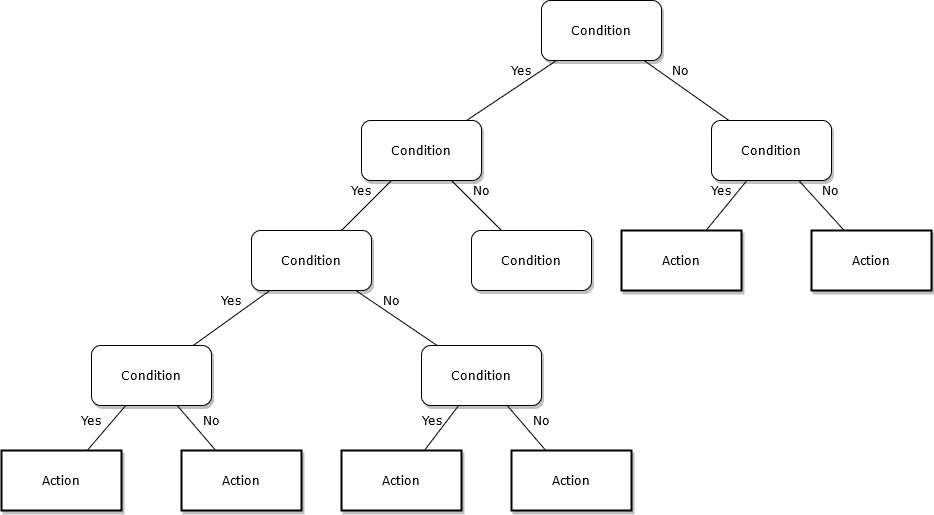
Before: bst assignment.png, a diagram exported from draw.io (CharlieArray/DSA-Binary-Search-Trees). Source tidied: cells renumbered, new cells last; positions are measured from the earlier drawing's top-left corner, leaving out a move shared by most shapes. The source it was exported from:
```xml
<mxGraphModel background="#ffffff">
  <root>
    <mxCell id="0" />
    <mxCell id="1" parent="0" />
    <mxCell id="2" value="Condition" style="whiteSpace=wrap;html=1;rounded=1;shadow=1;labelBackgroundColor=none;strokeWidth=1;fontFamily=Verdana;fontSize=12;align=center;" parent="1" vertex="1">
      <mxGeometry x="540" width="120" height="60" as="geometry" />
    </mxCell>
    <mxCell id="3" value="&lt;span&gt;Condition&lt;/span&gt;" style="whiteSpace=wrap;html=1;rounded=1;shadow=1;labelBackgroundColor=none;strokeWidth=1;fontFamily=Verdana;fontSize=12;align=center;" parent="1" vertex="1">
      <mxGeometry x="360" y="120" width="120" height="60" as="geometry" />
    </mxCell>
    <mxCell id="4" value="&lt;span&gt;Condition&lt;/span&gt;" style="whiteSpace=wrap;html=1;rounded=1;shadow=1;labelBackgroundColor=none;strokeWidth=1;fontFamily=Verdana;fontSize=12;align=center;" parent="1" vertex="1">
      <mxGeometry x="710" y="120" width="120" height="60" as="geometry" />
    </mxCell>
    <mxCell id="5" value="No" style="rounded=0;html=1;labelBackgroundColor=none;startArrow=none;startFill=0;startSize=5;endArrow=none;endFill=0;endSize=5;jettySize=auto;strokeWidth=1;fontFamily=Verdana;fontSize=12;" parent="1" edge="1" source="2" target="4">
      <mxGeometry x="-0.3" y="13" relative="1" as="geometry" />
    </mxCell>
    <mxCell id="6" value="Yes" style="rounded=0;html=1;labelBackgroundColor=none;startArrow=none;startFill=0;startSize=5;endArrow=none;endFill=0;endSize=5;jettySize=auto;strokeWidth=1;fontFamily=Verdana;fontSize=12;" parent="1" edge="1" source="2" target="3">
      <mxGeometry x="-0.36" y="-11" relative="1" as="geometry" />
    </mxCell>
    <mxCell id="7" value="&lt;span&gt;Condition&lt;/span&gt;" style="whiteSpace=wrap;html=1;rounded=1;shadow=1;labelBackgroundColor=none;strokeWidth=1;fontFamily=Verdana;fontSize=12;align=center;" parent="1" vertex="1">
      <mxGeometry x="250" y="230" width="120" height="60" as="geometry" />
    </mxCell>
    <mxCell id="8" value="&lt;span&gt;Condition&lt;/span&gt;" style="whiteSpace=wrap;html=1;rounded=1;shadow=1;labelBackgroundColor=none;strokeWidth=1;fontFamily=Verdana;fontSize=12;align=center;" parent="1" vertex="1">
      <mxGeometry x="470" y="230" width="120" height="60" as="geometry" />
    </mxCell>
    <mxCell id="9" value="&lt;span&gt;Action&lt;/span&gt;" style="whiteSpace=wrap;html=1;rounded=0;shadow=1;labelBackgroundColor=none;strokeWidth=2;fontFamily=Verdana;fontSize=12;align=center;" parent="1" vertex="1">
      <mxGeometry x="620" y="230" width="120" height="60" as="geometry" />
    </mxCell>
    <mxCell id="10" value="&lt;span&gt;Action&lt;/span&gt;" style="whiteSpace=wrap;html=1;rounded=0;shadow=1;labelBackgroundColor=none;strokeWidth=2;fontFamily=Verdana;fontSize=12;align=center;" parent="1" vertex="1">
      <mxGeometry x="810" y="230" width="120" height="60" as="geometry" />
    </mxCell>
    <mxCell id="11" value="&lt;span&gt;Condition&lt;/span&gt;" style="whiteSpace=wrap;html=1;rounded=1;shadow=1;labelBackgroundColor=none;strokeWidth=1;fontFamily=Verdana;fontSize=12;align=center;" parent="1" vertex="1">
      <mxGeometry x="90" y="345" width="120" height="60" as="geometry" />
    </mxCell>
    <mxCell id="12" value="&lt;span&gt;Condition&lt;/span&gt;" style="whiteSpace=wrap;html=1;rounded=1;shadow=1;labelBackgroundColor=none;strokeWidth=1;fontFamily=Verdana;fontSize=12;align=center;" parent="1" vertex="1">
      <mxGeometry x="420" y="345" width="120" height="60" as="geometry" />
    </mxCell>
    <mxCell id="13" value="Yes" style="rounded=0;html=1;labelBackgroundColor=none;startArrow=none;startFill=0;startSize=5;endArrow=none;endFill=0;endSize=5;jettySize=auto;strokeWidth=1;fontFamily=Verdana;fontSize=12;" parent="1" edge="1" source="3" target="7">
      <mxGeometry x="-0.2" y="-14" relative="1" as="geometry" />
    </mxCell>
    <mxCell id="14" value="No" style="rounded=0;html=1;labelBackgroundColor=none;startArrow=none;startFill=0;startSize=5;endArrow=none;endFill=0;endSize=5;jettySize=auto;strokeWidth=1;fontFamily=Verdana;fontSize=12;" parent="1" edge="1" source="3" target="8">
      <mxGeometry x="-0.2" y="14" relative="1" as="geometry" />
    </mxCell>
    <mxCell id="15" value="Yes" style="rounded=0;html=1;labelBackgroundColor=none;startArrow=none;startFill=0;startSize=5;endArrow=none;endFill=0;endSize=5;jettySize=auto;strokeWidth=1;fontFamily=Verdana;fontSize=12;" parent="1" edge="1" source="4" target="9">
      <mxGeometry x="-0.26" y="-13" relative="1" as="geometry" />
    </mxCell>
    <mxCell id="16" value="No" style="rounded=0;html=1;labelBackgroundColor=none;startArrow=none;startFill=0;startSize=5;endArrow=none;endFill=0;endSize=5;jettySize=auto;strokeWidth=1;fontFamily=Verdana;fontSize=12;" parent="1" edge="1" source="4" target="10">
      <mxGeometry x="-0.13" y="17" relative="1" as="geometry" />
    </mxCell>
    <mxCell id="17" value="Yes" style="rounded=0;html=1;labelBackgroundColor=none;startArrow=none;startFill=0;startSize=5;endArrow=none;endFill=0;endSize=5;jettySize=auto;strokeWidth=1;fontFamily=Verdana;fontSize=12;" parent="1" edge="1" source="7" target="11">
      <mxGeometry x="-0.22" y="-14" relative="1" as="geometry" />
    </mxCell>
    <mxCell id="18" value="No" style="rounded=0;html=1;labelBackgroundColor=none;startArrow=none;startFill=0;startSize=5;endArrow=none;endFill=0;endSize=5;jettySize=auto;strokeWidth=1;fontFamily=Verdana;fontSize=12;" parent="1" edge="1" source="7" target="12">
      <mxGeometry x="-0.28" y="12" relative="1" as="geometry" />
    </mxCell>
    <mxCell id="19" value="Action" style="whiteSpace=wrap;html=1;rounded=0;shadow=1;labelBackgroundColor=none;strokeWidth=2;fontFamily=Verdana;fontSize=12;align=center;" parent="1" vertex="1">
      <mxGeometry y="450" width="120" height="60" as="geometry" />
    </mxCell>
    <mxCell id="20" value="&lt;span&gt;Action&lt;/span&gt;" style="whiteSpace=wrap;html=1;rounded=0;shadow=1;labelBackgroundColor=none;strokeWidth=2;fontFamily=Verdana;fontSize=12;align=center;" parent="1" vertex="1">
      <mxGeometry x="180" y="450" width="120" height="60" as="geometry" />
    </mxCell>
    <mxCell id="21" value="&lt;span&gt;Action&lt;/span&gt;" style="whiteSpace=wrap;html=1;rounded=0;shadow=1;labelBackgroundColor=none;strokeWidth=2;fontFamily=Verdana;fontSize=12;align=center;" parent="1" vertex="1">
      <mxGeometry x="340" y="450" width="120" height="60" as="geometry" />
    </mxCell>
    <mxCell id="22" value="&lt;span&gt;Action&lt;/span&gt;" style="whiteSpace=wrap;html=1;rounded=0;shadow=1;labelBackgroundColor=none;strokeWidth=2;fontFamily=Verdana;fontSize=12;align=center;" parent="1" vertex="1">
      <mxGeometry x="510" y="450" width="120" height="60" as="geometry" />
    </mxCell>
    <mxCell id="23" value="Yes" style="rounded=0;html=1;labelBackgroundColor=none;startArrow=none;startFill=0;startSize=5;endArrow=none;endFill=0;endSize=5;jettySize=auto;strokeWidth=1;fontFamily=Verdana;fontSize=12;" parent="1" edge="1" source="11" target="19">
      <mxGeometry x="0.14" y="-16" relative="1" as="geometry" />
    </mxCell>
    <mxCell id="24" value="No" style="rounded=0;html=1;labelBackgroundColor=none;startArrow=none;startFill=0;startSize=5;endArrow=none;endFill=0;endSize=5;jettySize=auto;strokeWidth=1;fontFamily=Verdana;fontSize=12;" parent="1" edge="1" source="11" target="20">
      <mxGeometry x="0.14" y="16" relative="1" as="geometry" />
    </mxCell>
    <mxCell id="25" value="Yes" style="rounded=0;html=1;labelBackgroundColor=none;startArrow=none;startFill=0;startSize=5;endArrow=none;endFill=0;endSize=5;jettySize=auto;strokeWidth=1;fontFamily=Verdana;fontSize=12;" parent="1" edge="1" source="12" target="21">
      <mxGeometry y="-12" relative="1" as="geometry" />
    </mxCell>
    <mxCell id="26" value="No" style="rounded=0;html=1;labelBackgroundColor=none;startArrow=none;startFill=0;startSize=5;endArrow=none;endFill=0;endSize=5;jettySize=auto;strokeWidth=1;fontFamily=Verdana;fontSize=12;" parent="1" edge="1" source="12" target="22">
      <mxGeometry x="0.14" y="16" relative="1" as="geometry" />
    </mxCell>
  </root>
</mxGraphModel>
```
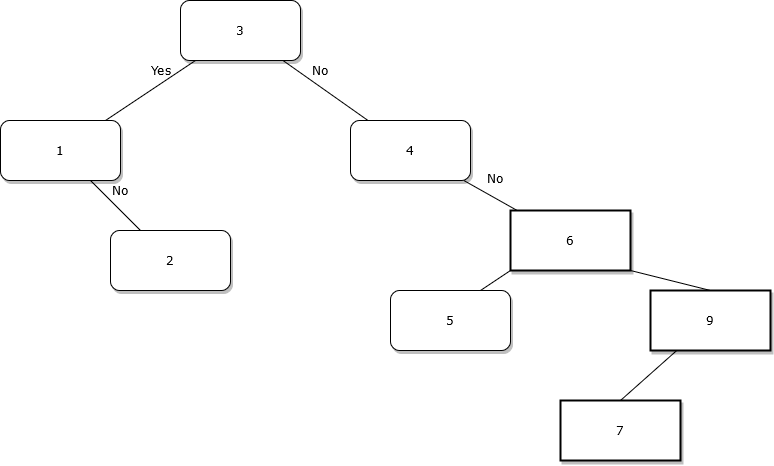
Later version of the same file.

Diff of the diagram source:
```diff
@@ -2,13 +2,13 @@
   <root>
     <mxCell id="0" />
     <mxCell id="1" parent="0" />
-    <mxCell id="2" value="Condition" style="whiteSpace=wrap;html=1;rounded=1;shadow=1;labelBackgroundColor=none;strokeWidth=1;fontFamily=Verdana;fontSize=12;align=center;" parent="1" vertex="1">
+    <mxCell id="2" value="3" style="whiteSpace=wrap;html=1;rounded=1;shadow=1;labelBackgroundColor=none;strokeWidth=1;fontFamily=Verdana;fontSize=12;align=center;" parent="1" vertex="1">
       <mxGeometry x="540" width="120" height="60" as="geometry" />
     </mxCell>
-    <mxCell id="3" value="&lt;span&gt;Condition&lt;/span&gt;" style="whiteSpace=wrap;html=1;rounded=1;shadow=1;labelBackgroundColor=none;strokeWidth=1;fontFamily=Verdana;fontSize=12;align=center;" parent="1" vertex="1">
+    <mxCell id="3" value="1" style="whiteSpace=wrap;html=1;rounded=1;shadow=1;labelBackgroundColor=none;strokeWidth=1;fontFamily=Verdana;fontSize=12;align=center;" parent="1" vertex="1">
       <mxGeometry x="360" y="120" width="120" height="60" as="geometry" />
     </mxCell>
-    <mxCell id="4" value="&lt;span&gt;Condition&lt;/span&gt;" style="whiteSpace=wrap;html=1;rounded=1;shadow=1;labelBackgroundColor=none;strokeWidth=1;fontFamily=Verdana;fontSize=12;align=center;" parent="1" vertex="1">
+    <mxCell id="4" value="4" style="whiteSpace=wrap;html=1;rounded=1;shadow=1;labelBackgroundColor=none;strokeWidth=1;fontFamily=Verdana;fontSize=12;align=center;" parent="1" vertex="1">
       <mxGeometry x="710" y="120" width="120" height="60" as="geometry" />
     </mxCell>
     <mxCell id="5" value="No" style="rounded=0;html=1;labelBackgroundColor=none;startArrow=none;startFill=0;startSize=5;endArrow=none;endFill=0;endSize=5;jettySize=auto;strokeWidth=1;fontFamily=Verdana;fontSize=12;" parent="1" edge="1" source="2" target="4">
@@ -17,65 +17,35 @@
     <mxCell id="6" value="Yes" style="rounded=0;html=1;labelBackgroundColor=none;startArrow=none;startFill=0;startSize=5;endArrow=none;endFill=0;endSize=5;jettySize=auto;strokeWidth=1;fontFamily=Verdana;fontSize=12;" parent="1" edge="1" source="2" target="3">
       <mxGeometry x="-0.36" y="-11" relative="1" as="geometry" />
     </mxCell>
-    <mxCell id="7" value="&lt;span&gt;Condition&lt;/span&gt;" style="whiteSpace=wrap;html=1;rounded=1;shadow=1;labelBackgroundColor=none;strokeWidth=1;fontFamily=Verdana;fontSize=12;align=center;" parent="1" vertex="1">
-      <mxGeometry x="250" y="230" width="120" height="60" as="geometry" />
-    </mxCell>
-    <mxCell id="8" value="&lt;span&gt;Condition&lt;/span&gt;" style="whiteSpace=wrap;html=1;rounded=1;shadow=1;labelBackgroundColor=none;strokeWidth=1;fontFamily=Verdana;fontSize=12;align=center;" parent="1" vertex="1">
+    <mxCell id="8" value="2" style="whiteSpace=wrap;html=1;rounded=1;shadow=1;labelBackgroundColor=none;strokeWidth=1;fontFamily=Verdana;fontSize=12;align=center;" parent="1" vertex="1">
       <mxGeometry x="470" y="230" width="120" height="60" as="geometry" />
     </mxCell>
-    <mxCell id="9" value="&lt;span&gt;Action&lt;/span&gt;" style="whiteSpace=wrap;html=1;rounded=0;shadow=1;labelBackgroundColor=none;strokeWidth=2;fontFamily=Verdana;fontSize=12;align=center;" parent="1" vertex="1">
-      <mxGeometry x="620" y="230" width="120" height="60" as="geometry" />
-    </mxCell>
-    <mxCell id="10" value="&lt;span&gt;Action&lt;/span&gt;" style="whiteSpace=wrap;html=1;rounded=0;shadow=1;labelBackgroundColor=none;strokeWidth=2;fontFamily=Verdana;fontSize=12;align=center;" parent="1" vertex="1">
-      <mxGeometry x="810" y="230" width="120" height="60" as="geometry" />
+    <mxCell id="10" value="6" style="whiteSpace=wrap;html=1;rounded=0;shadow=1;labelBackgroundColor=none;strokeWidth=2;fontFamily=Verdana;fontSize=12;align=center;" parent="1" vertex="1">
+      <mxGeometry x="870" y="210" width="120" height="60" as="geometry" />
     </mxCell>
-    <mxCell id="11" value="&lt;span&gt;Condition&lt;/span&gt;" style="whiteSpace=wrap;html=1;rounded=1;shadow=1;labelBackgroundColor=none;strokeWidth=1;fontFamily=Verdana;fontSize=12;align=center;" parent="1" vertex="1">
-      <mxGeometry x="90" y="345" width="120" height="60" as="geometry" />
-    </mxCell>
-    <mxCell id="12" value="&lt;span&gt;Condition&lt;/span&gt;" style="whiteSpace=wrap;html=1;rounded=1;shadow=1;labelBackgroundColor=none;strokeWidth=1;fontFamily=Verdana;fontSize=12;align=center;" parent="1" vertex="1">
-      <mxGeometry x="420" y="345" width="120" height="60" as="geometry" />
+    <mxCell id="12" value="5" style="whiteSpace=wrap;html=1;rounded=1;shadow=1;labelBackgroundColor=none;strokeWidth=1;fontFamily=Verdana;fontSize=12;align=center;" parent="1" vertex="1">
+      <mxGeometry x="750" y="290" width="120" height="60" as="geometry" />
     </mxCell>
-    <mxCell id="13" value="Yes" style="rounded=0;html=1;labelBackgroundColor=none;startArrow=none;startFill=0;startSize=5;endArrow=none;endFill=0;endSize=5;jettySize=auto;strokeWidth=1;fontFamily=Verdana;fontSize=12;" parent="1" edge="1" source="3" target="7">
-      <mxGeometry x="-0.2" y="-14" relative="1" as="geometry" />
-    </mxCell>
     <mxCell id="14" value="No" style="rounded=0;html=1;labelBackgroundColor=none;startArrow=none;startFill=0;startSize=5;endArrow=none;endFill=0;endSize=5;jettySize=auto;strokeWidth=1;fontFamily=Verdana;fontSize=12;" parent="1" edge="1" source="3" target="8">
       <mxGeometry x="-0.2" y="14" relative="1" as="geometry" />
     </mxCell>
-    <mxCell id="15" value="Yes" style="rounded=0;html=1;labelBackgroundColor=none;startArrow=none;startFill=0;startSize=5;endArrow=none;endFill=0;endSize=5;jettySize=auto;strokeWidth=1;fontFamily=Verdana;fontSize=12;" parent="1" edge="1" source="4" target="9">
-      <mxGeometry x="-0.26" y="-13" relative="1" as="geometry" />
-    </mxCell>
     <mxCell id="16" value="No" style="rounded=0;html=1;labelBackgroundColor=none;startArrow=none;startFill=0;startSize=5;endArrow=none;endFill=0;endSize=5;jettySize=auto;strokeWidth=1;fontFamily=Verdana;fontSize=12;" parent="1" edge="1" source="4" target="10">
       <mxGeometry x="-0.13" y="17" relative="1" as="geometry" />
     </mxCell>
-    <mxCell id="17" value="Yes" style="rounded=0;html=1;labelBackgroundColor=none;startArrow=none;startFill=0;startSize=5;endArrow=none;endFill=0;endSize=5;jettySize=auto;strokeWidth=1;fontFamily=Verdana;fontSize=12;" parent="1" edge="1" source="7" target="11">
-      <mxGeometry x="-0.22" y="-14" relative="1" as="geometry" />
-    </mxCell>
-    <mxCell id="18" value="No" style="rounded=0;html=1;labelBackgroundColor=none;startArrow=none;startFill=0;startSize=5;endArrow=none;endFill=0;endSize=5;jettySize=auto;strokeWidth=1;fontFamily=Verdana;fontSize=12;" parent="1" edge="1" source="7" target="12">
-      <mxGeometry x="-0.28" y="12" relative="1" as="geometry" />
-    </mxCell>
-    <mxCell id="19" value="Action" style="whiteSpace=wrap;html=1;rounded=0;shadow=1;labelBackgroundColor=none;strokeWidth=2;fontFamily=Verdana;fontSize=12;align=center;" parent="1" vertex="1">
-      <mxGeometry y="450" width="120" height="60" as="geometry" />
-    </mxCell>
-    <mxCell id="20" value="&lt;span&gt;Action&lt;/span&gt;" style="whiteSpace=wrap;html=1;rounded=0;shadow=1;labelBackgroundColor=none;strokeWidth=2;fontFamily=Verdana;fontSize=12;align=center;" parent="1" vertex="1">
-      <mxGeometry x="180" y="450" width="120" height="60" as="geometry" />
-    </mxCell>
-    <mxCell id="21" value="&lt;span&gt;Action&lt;/span&gt;" style="whiteSpace=wrap;html=1;rounded=0;shadow=1;labelBackgroundColor=none;strokeWidth=2;fontFamily=Verdana;fontSize=12;align=center;" parent="1" vertex="1">
-      <mxGeometry x="340" y="450" width="120" height="60" as="geometry" />
-    </mxCell>
-    <mxCell id="22" value="&lt;span&gt;Action&lt;/span&gt;" style="whiteSpace=wrap;html=1;rounded=0;shadow=1;labelBackgroundColor=none;strokeWidth=2;fontFamily=Verdana;fontSize=12;align=center;" parent="1" vertex="1">
-      <mxGeometry x="510" y="450" width="120" height="60" as="geometry" />
-    </mxCell>
-    <mxCell id="23" value="Yes" style="rounded=0;html=1;labelBackgroundColor=none;startArrow=none;startFill=0;startSize=5;endArrow=none;endFill=0;endSize=5;jettySize=auto;strokeWidth=1;fontFamily=Verdana;fontSize=12;" parent="1" edge="1" source="11" target="19">
-      <mxGeometry x="0.14" y="-16" relative="1" as="geometry" />
-    </mxCell>
-    <mxCell id="24" value="No" style="rounded=0;html=1;labelBackgroundColor=none;startArrow=none;startFill=0;startSize=5;endArrow=none;endFill=0;endSize=5;jettySize=auto;strokeWidth=1;fontFamily=Verdana;fontSize=12;" parent="1" edge="1" source="11" target="20">
-      <mxGeometry x="0.14" y="16" relative="1" as="geometry" />
-    </mxCell>
-    <mxCell id="25" value="Yes" style="rounded=0;html=1;labelBackgroundColor=none;startArrow=none;startFill=0;startSize=5;endArrow=none;endFill=0;endSize=5;jettySize=auto;strokeWidth=1;fontFamily=Verdana;fontSize=12;" parent="1" edge="1" source="12" target="21">
-      <mxGeometry y="-12" relative="1" as="geometry" />
-    </mxCell>
-    <mxCell id="26" value="No" style="rounded=0;html=1;labelBackgroundColor=none;startArrow=none;startFill=0;startSize=5;endArrow=none;endFill=0;endSize=5;jettySize=auto;strokeWidth=1;fontFamily=Verdana;fontSize=12;" parent="1" edge="1" source="12" target="22">
-      <mxGeometry x="0.14" y="16" relative="1" as="geometry" />
-    </mxCell>
+    <mxCell id="27" value="9" style="whiteSpace=wrap;html=1;rounded=0;shadow=1;labelBackgroundColor=none;strokeWidth=2;fontFamily=Verdana;fontSize=12;align=center;" parent="1" vertex="1">
+      <mxGeometry x="1010" y="290" width="120" height="60" as="geometry" />
+    </mxCell>
+    <mxCell id="28" style="endArrow=none;html=1;exitX=0.5;exitY=0;exitDx=0;exitDy=0;entryX=1;entryY=1;entryDx=0;entryDy=0;" parent="1" edge="1" source="27" target="10">
+      <mxGeometry relative="1" as="geometry" />
+    </mxCell>
+    <mxCell id="29" style="endArrow=none;html=1;exitX=0.75;exitY=0;exitDx=0;exitDy=0;entryX=0;entryY=1;entryDx=0;entryDy=0;" parent="1" edge="1" source="12" target="10">
+      <mxGeometry relative="1" as="geometry" />
+    </mxCell>
+    <mxCell id="30" value="7" style="whiteSpace=wrap;html=1;rounded=0;shadow=1;labelBackgroundColor=none;strokeWidth=2;fontFamily=Verdana;fontSize=12;align=center;" parent="1" vertex="1">
+      <mxGeometry x="920" y="400" width="120" height="60" as="geometry" />
+    </mxCell>
+    <mxCell id="31" style="endArrow=none;html=1;exitX=0.5;exitY=0;exitDx=0;exitDy=0;" parent="1" edge="1" source="30" target="27">
+      <mxGeometry relative="1" as="geometry" />
+    </mxCell>
   </root>
 </mxGraphModel>
```
